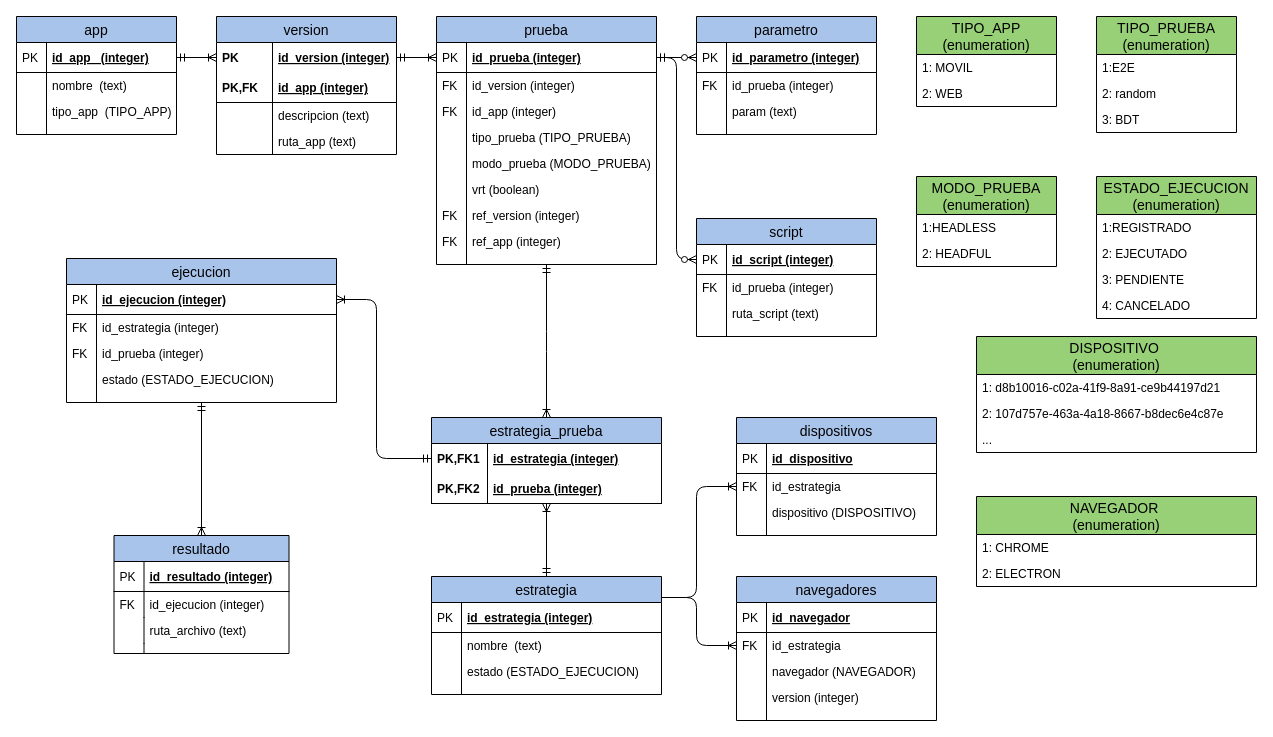
proyectosuniandes/Proyecto-MISO4208 keeps this draw.io diagram as Imagenes/sprint3/Modelo datos.drawio. Above is the earlier version. Source tidied: cells renumbered, new cells numbered last; positions are measured from the earlier drawing's top-left corner, leaving out a move shared by most shapes. Both pictures are drawn from the tidied source at 100%, with x=0, y=0 at pixel (16, 16).
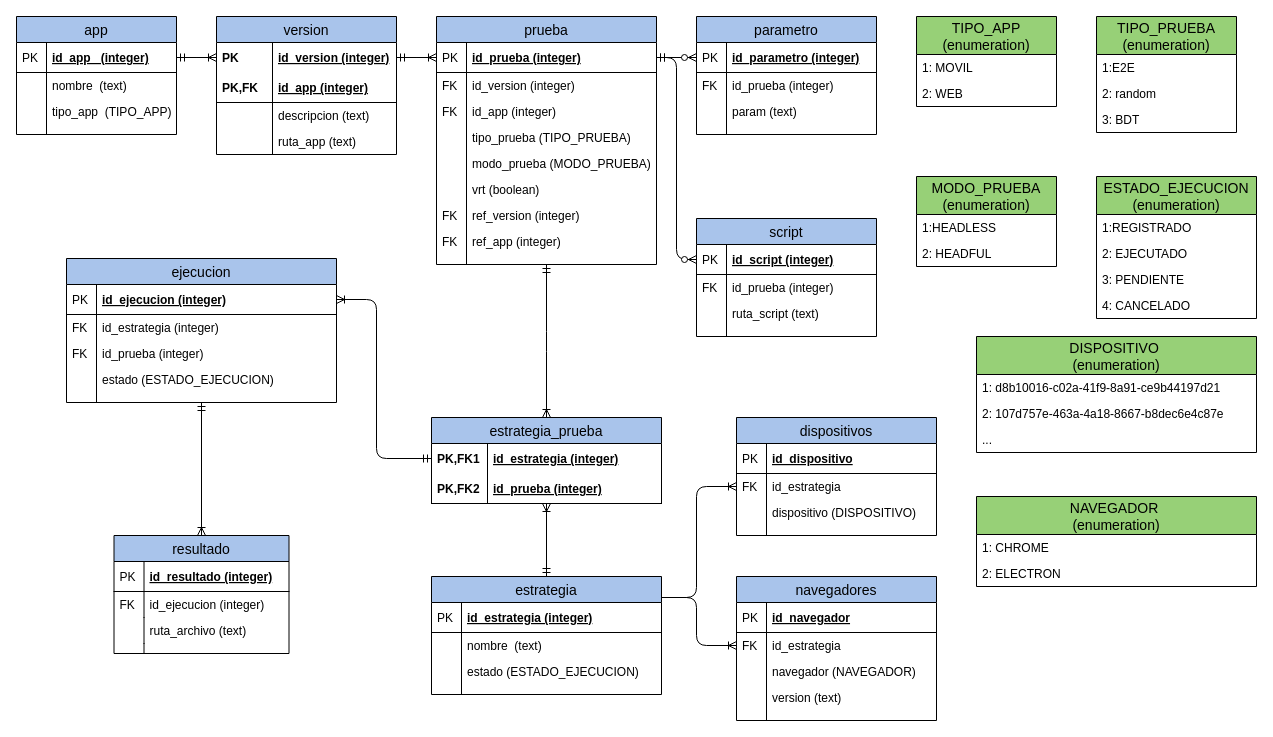
After the change.

Unchanged cells that the change refers to:
```xml
<mxCell id="93" value="navegadores" style="swimlane;fontStyle=0;horizontal=1;startSize=26;fillColor=#A9C4EB;swimlaneFillColor=#ffffff;align=center;fontSize=14;shadow=0;" parent="1" vertex="1">
  <mxGeometry x="720" y="560" width="200" height="144" as="geometry" />
</mxCell>
```

Diff of the diagram source:
```diff
@@
-    <mxCell id="100" value="version (integer)" style="shape=partialRectangle;top=0;left=0;right=0;bottom=0;align=left;verticalAlign=top;fillColor=none;spacingLeft=34;spacingRight=4;overflow=hidden;fontSize=12;" parent="93" vertex="1">
+    <mxCell id="100" value="version (text)" style="shape=partialRectangle;top=0;left=0;right=0;bottom=0;align=left;verticalAlign=top;fillColor=none;spacingLeft=34;spacingRight=4;overflow=hidden;fontSize=12;" parent="93" vertex="1">
       <mxGeometry y="108" width="200" height="26" as="geometry" />
     </mxCell>
```
